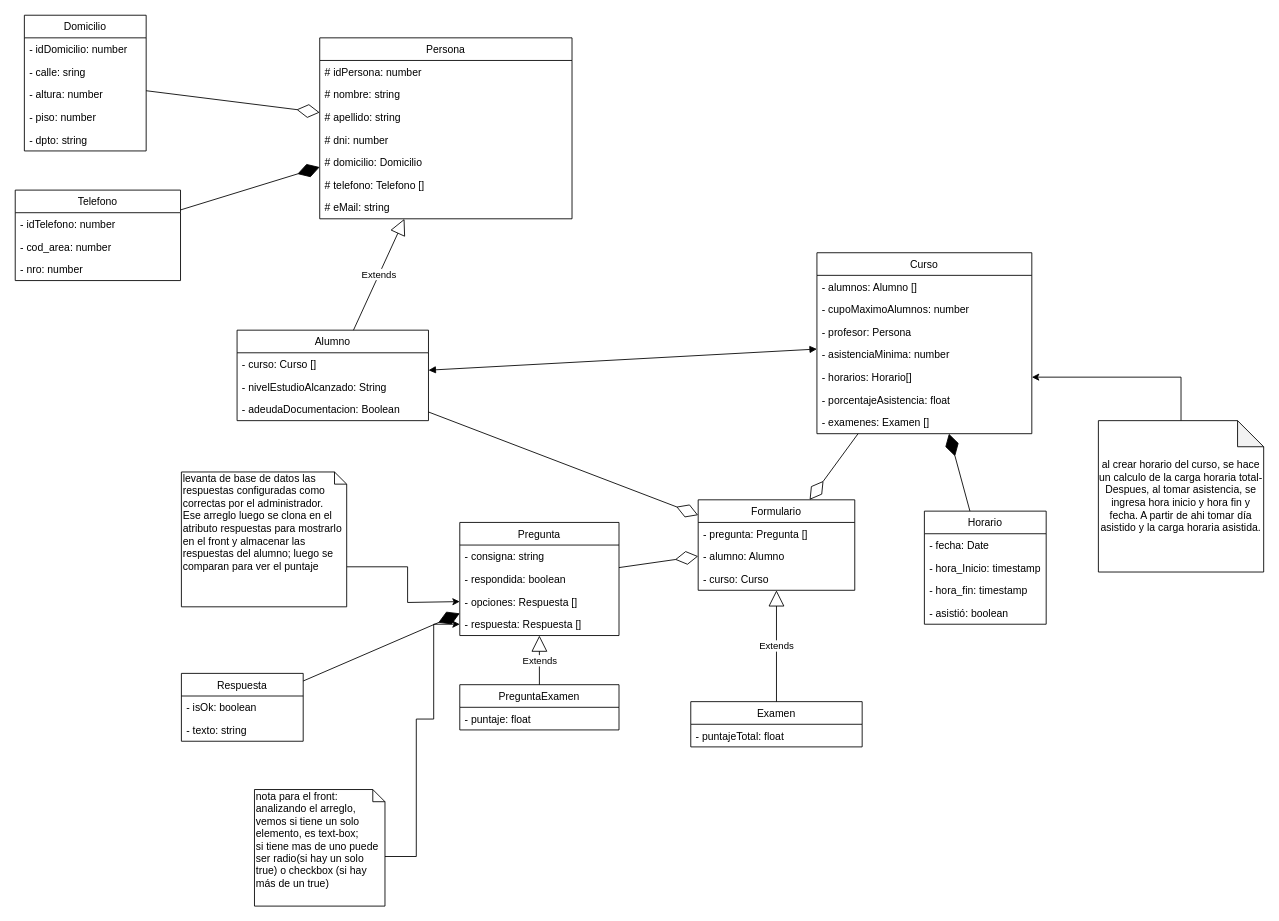
Before: - UML/diagrama_proyecto_final.drawio in mariela21180/institucional-cfp, a draw.io diagram. Source tidied: cells renumbered, new cells numbered last; positions are measured from the earlier drawing's top-left corner, leaving out a move shared by most shapes. Both pictures are drawn from the tidied source at 87%, with x=0, y=0 at pixel (15, 15).
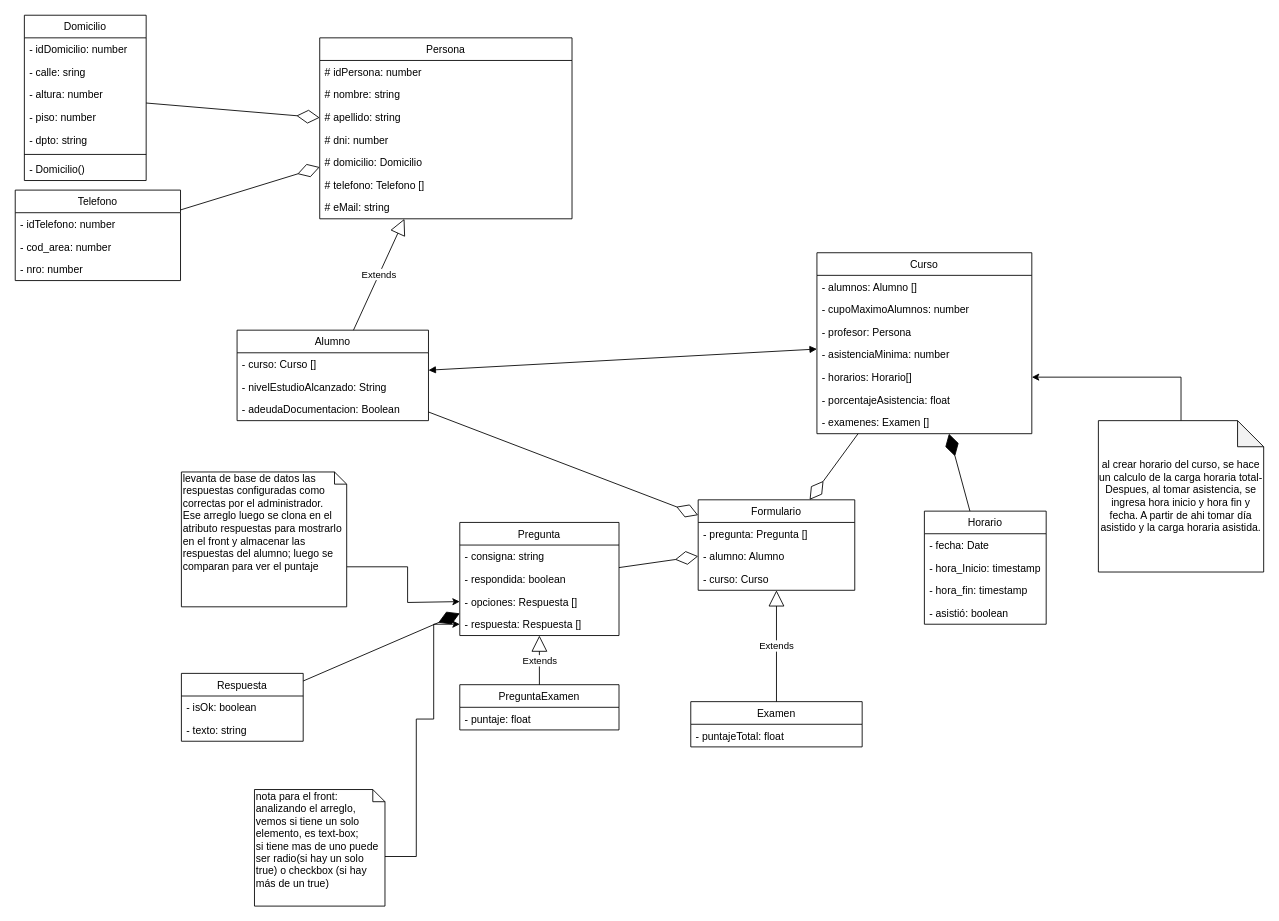
The same diagram, later.

Unchanged cells that the change refers to:
```xml
<mxCell id="14" value="Persona" style="swimlane;fontStyle=0;horizontal=1;startSize=26;fillColor=none;" parent="1" vertex="1">
  <mxGeometry x="350" y="26" width="290" height="208" as="geometry" />
</mxCell>
<mxCell id="39" value="Telefono" style="swimlane;fontStyle=0;horizontal=1;startSize=26;fillColor=none;" parent="1" vertex="1">
  <mxGeometry y="201" width="190" height="104" as="geometry" />
</mxCell>
```

Change to the diagram source:
```diff
@@
     <mxCell id="33" value="Domicilio" style="swimlane;fontStyle=0;horizontal=1;startSize=26;fillColor=none;" parent="1" vertex="1">
-      <mxGeometry x="10.5" width="140" height="156" as="geometry" />
+      <mxGeometry x="10.5" width="140" height="190" as="geometry" />
     </mxCell>
@@
+    <mxCell id="70" style="line;strokeWidth=1;fillColor=none;align=left;verticalAlign=middle;spacingTop=-1;spacingLeft=3;spacingRight=3;labelPosition=right;" parent="33" vertex="1">
+      <mxGeometry y="156" width="140" height="8" as="geometry" />
+    </mxCell>
+    <mxCell id="71" value="- Domicilio()" style="text;strokeColor=none;fillColor=none;align=left;verticalAlign=top;spacingLeft=4;spacingRight=4;overflow=hidden;" parent="33" vertex="1">
+      <mxGeometry y="164" width="140" height="26" as="geometry" />
+    </mxCell>
@@
-    <mxCell id="44" style="endArrow=diamondThin;endFill=1;endSize=24;html=1;" parent="1" edge="1" source="39" target="14">
-      <mxGeometry relative="1" as="geometry" />
-    </mxCell>
@@
+    <mxCell id="44" style="endArrow=diamondThin;endFill=0;endSize=24;html=1;" parent="1" edge="1" source="39" target="14">
+      <mxGeometry relative="1" as="geometry" />
+    </mxCell>
```
